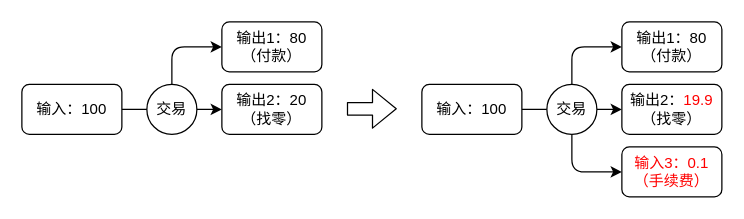
Above: page "Fee" (6 of 7) of draw/ch05.drawio in zxh0/blockchain-book (draw.io), before the change. Source tidied: cells renumbered, new cells numbered last; positions are measured from the earlier drawing's top-left corner, leaving out a move shared by most shapes. Both pictures are drawn from the tidied source at 125%, with x=0, y=0 at pixel (21, 21).
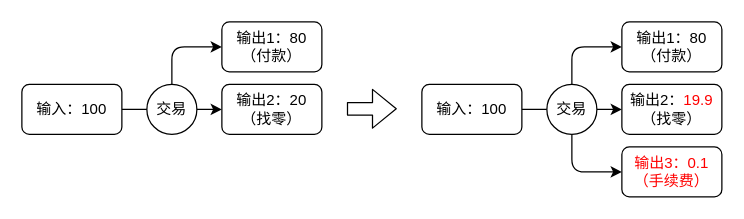
After the change.

Change to the diagram source:
```diff
@@
-    <mxCell id="11" value="&lt;font style=&quot;color: rgb(255, 0, 0);&quot;&gt;输入3：0.1&lt;br&gt;（手续费）&lt;/font&gt;" style="rounded=1;whiteSpace=wrap;html=1;" parent="1" vertex="1">
+    <mxCell id="11" value="&lt;font style=&quot;color: rgb(255, 0, 0);&quot;&gt;输出3：0.1&lt;br&gt;（手续费）&lt;/font&gt;" style="rounded=1;whiteSpace=wrap;html=1;" parent="1" vertex="1">
       <mxGeometry x="480" y="100" width="80" height="40" as="geometry" />
     </mxCell>
```
